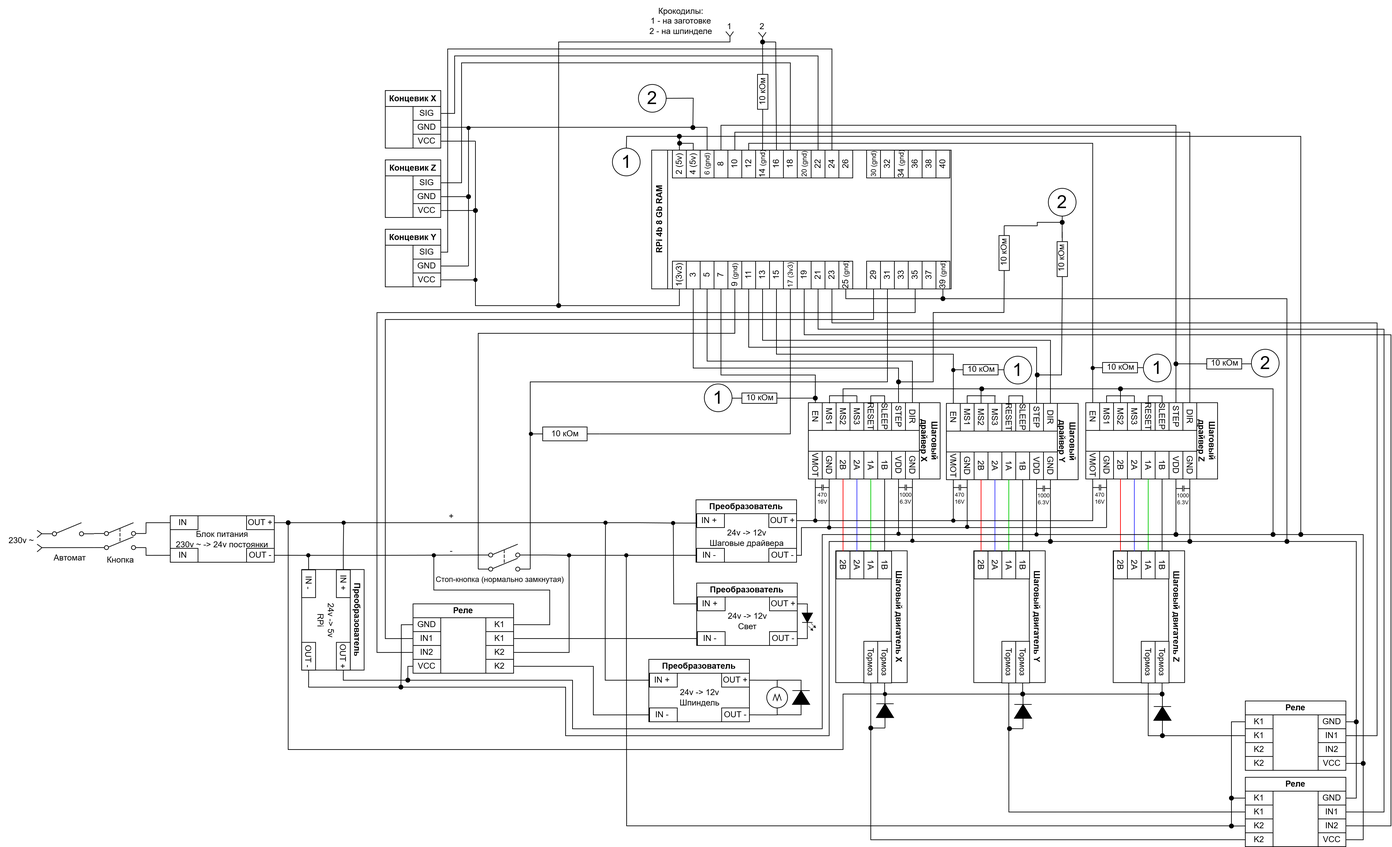
The draw.io diagram электрическая схема.drawio.png in K0Jl0vrat1238/creator-of-electrical-circuit-boards, before a commit. Source tidied: cells renumbered, new cells last; positions are measured from the earlier drawing's top-left corner, leaving out a move shared by most shapes.
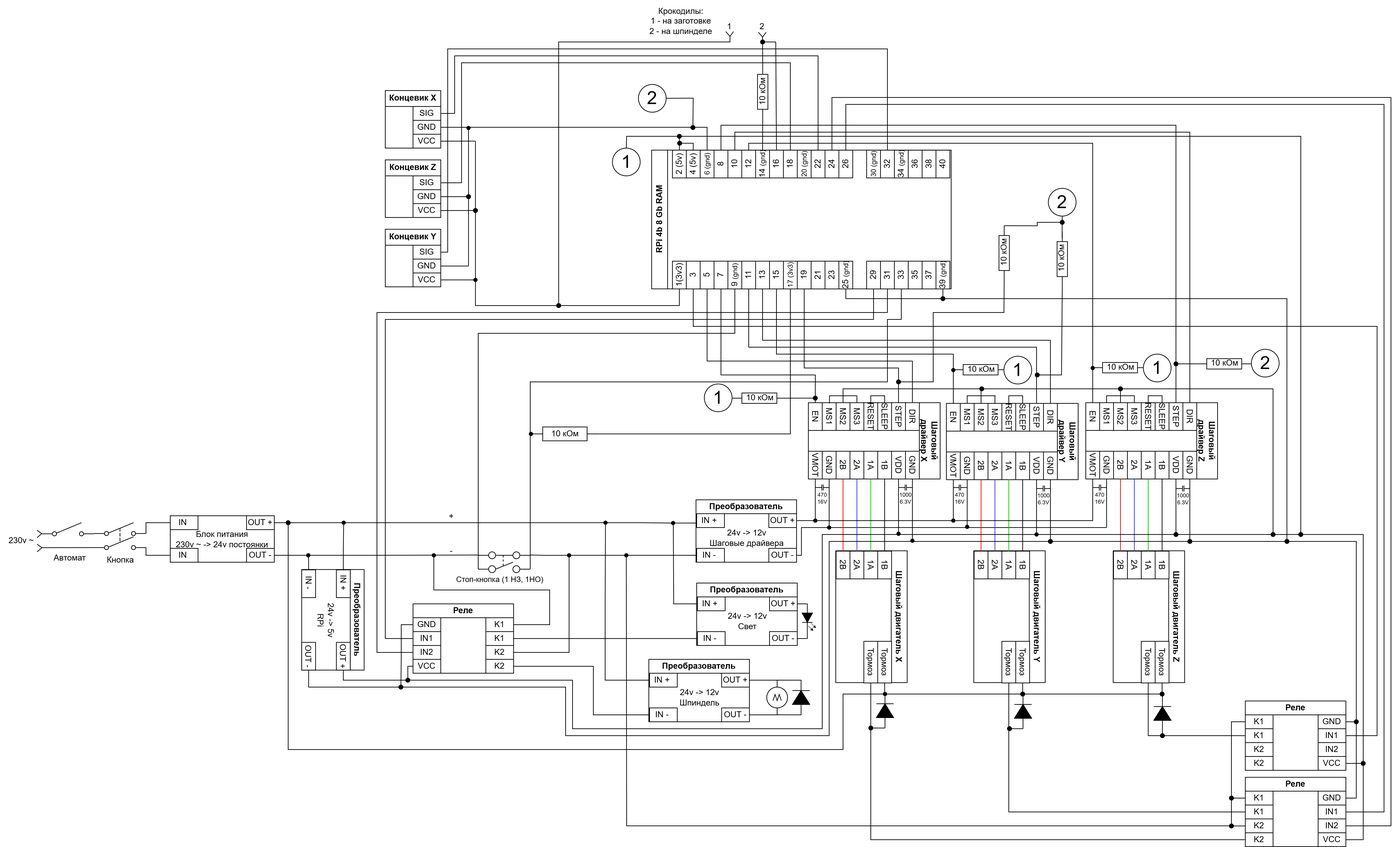
After the change.

Commit message:
New e-stop button

What changed in the source:
```diff
@@ -219,8 +219,10 @@
     <mxCell id="70" value="OUT +" style="rounded=0;whiteSpace=wrap;html=1;rotation=90;direction=south;horizontal=0;" parent="1" vertex="1">
       <mxGeometry x="365" y="733" width="20" height="40" as="geometry" />
     </mxCell>
-    <mxCell id="71" style="edgeStyle=orthogonalEdgeStyle;rounded=0;jettySize=auto;html=1;exitX=0;exitY=0.5;exitDx=0;exitDy=0;endArrow=none;endFill=0;entryX=0.007;entryY=0.4;entryDx=0;entryDy=0;entryPerimeter=0;" parent="1" edge="1" source="72" target="103">
-      <mxGeometry relative="1" as="geometry" />
+    <mxCell id="71" style="edgeStyle=orthogonalEdgeStyle;rounded=0;jettySize=auto;html=1;exitX=0;exitY=0.5;exitDx=0;exitDy=0;endArrow=none;endFill=0;entryX=0.007;entryY=0.4;entryDx=0;entryDy=0;entryPerimeter=0;" parent="1" edge="1" source="72">
+      <mxGeometry relative="1" as="geometry">
+        <mxPoint x="689.5" y="799.6" as="targetPoint" />
+      </mxGeometry>
     </mxCell>
     <mxCell id="72" value="OUT -" style="rounded=0;whiteSpace=wrap;html=1;rotation=90;direction=south;horizontal=0;" parent="1" vertex="1">
       <mxGeometry x="365" y="780" width="20" height="40" as="geometry" />
@@ -330,22 +332,22 @@
         <mxPoint x="970.2" y="753.5" as="targetPoint" />
       </mxGeometry>
     </mxCell>
-    <mxCell id="102" style="html=1;exitX=0;exitY=0.92;exitDx=0;exitDy=0;endArrow=none;endFill=0;rounded=0;entryX=0;entryY=0.5;entryDx=0;entryDy=0;" parent="1" edge="1" source="103" target="19">
+    <mxCell id="102" style="html=1;exitX=0;exitY=0.92;exitDx=0;exitDy=0;endArrow=none;endFill=0;rounded=0;entryX=0;entryY=0.5;entryDx=0;entryDy=0;" parent="1" edge="1" target="19">
       <mxGeometry relative="1" as="geometry">
+        <mxPoint x="689" y="819.9" as="sourcePoint" />
         <Array as="points">
           <mxPoint x="689" y="480" />
           <mxPoint x="1059" y="480" />
         </Array>
       </mxGeometry>
     </mxCell>
-    <mxCell id="103" style="verticalLabelPosition=bottom;shadow=0;dashed=0;align=center;html=1;verticalAlign=top;shape=mxgraph.electrical.electro-mechanical.dpst2;elSwitchState=off;direction=east;" parent="1" vertex="1">
-      <mxGeometry x="689" y="784" width="75" height="39" as="geometry" />
-    </mxCell>
-    <mxCell id="104" style="edgeStyle=orthogonalEdgeStyle;rounded=0;jettySize=auto;html=1;exitX=1;exitY=0.4;exitDx=0;exitDy=0;entryX=0.642;entryY=0.45;entryDx=0;entryDy=0;entryPerimeter=0;endArrow=none;endFill=0;" parent="1" edge="1" source="103" target="93">
-      <mxGeometry relative="1" as="geometry" />
+    <mxCell id="104" style="edgeStyle=orthogonalEdgeStyle;rounded=0;jettySize=auto;html=1;exitX=1;exitY=0.4;exitDx=0;exitDy=0;entryX=0.642;entryY=0.45;entryDx=0;entryDy=0;entryPerimeter=0;endArrow=none;endFill=0;" parent="1" edge="1" target="93">
+      <mxGeometry relative="1" as="geometry">
+        <mxPoint x="764" y="799.6" as="sourcePoint" />
+      </mxGeometry>
     </mxCell>
-    <mxCell id="105" value="Стоп-кнопка (нормально замкнутая)" style="text;html=1;align=center;verticalAlign=middle;strokeColor=none;fillColor=none;fontSize=11;" parent="1" vertex="1">
-      <mxGeometry x="615" y="820" width="210" height="30" as="geometry" />
+    <mxCell id="105" value="Стоп-кнопка (1 НЗ, 1НО)" style="text;html=1;align=center;verticalAlign=middle;strokeColor=none;fillColor=none;fontSize=11;" parent="1" vertex="1">
+      <mxGeometry x="645" y="820" width="150" height="30" as="geometry" />
     </mxCell>
     <mxCell id="106" style="edgeStyle=orthogonalEdgeStyle;html=1;exitX=0;exitY=0.5;exitDx=0;exitDy=0;entryX=0;entryY=0.5;entryDx=0;entryDy=0;endArrow=none;endFill=0;rounded=0;curved=0;" parent="1" edge="1" source="107" target="37">
       <mxGeometry relative="1" as="geometry">
@@ -1153,19 +1155,19 @@
         </Array>
       </mxGeometry>
     </mxCell>
-    <mxCell id="320" style="edgeStyle=orthogonalEdgeStyle;html=1;exitX=1;exitY=0.5;exitDx=0;exitDy=0;entryX=0;entryY=0.5;entryDx=0;entryDy=0;rounded=0;curved=0;endArrow=none;endFill=0;" parent="1" edge="1" source="34" target="308">
+    <mxCell id="320" style="edgeStyle=orthogonalEdgeStyle;html=1;exitX=1;exitY=0.5;exitDx=0;exitDy=0;entryX=0;entryY=0.5;entryDx=0;entryDy=0;rounded=0;curved=0;endArrow=none;endFill=0;" parent="1" edge="1" source="40" target="308">
       <mxGeometry relative="1" as="geometry">
         <Array as="points">
-          <mxPoint x="1199" y="70" />
+          <mxPoint x="1279" y="70" />
           <mxPoint x="645" y="70" />
           <mxPoint x="645" y="363" />
         </Array>
       </mxGeometry>
     </mxCell>
-    <mxCell id="321" style="edgeStyle=orthogonalEdgeStyle;html=1;exitX=0;exitY=0.5;exitDx=0;exitDy=0;entryX=0;entryY=0.5;entryDx=0;entryDy=0;rounded=0;curved=0;endArrow=none;endFill=0;" parent="1" edge="1" source="12" target="131">
+    <mxCell id="321" style="edgeStyle=orthogonalEdgeStyle;html=1;exitX=0;exitY=0.5;exitDx=0;exitDy=0;entryX=0;entryY=0.5;entryDx=0;entryDy=0;rounded=0;curved=0;endArrow=none;endFill=0;" parent="1" edge="1" source="29" target="131">
       <mxGeometry relative="1" as="geometry">
         <Array as="points">
-          <mxPoint x="999" y="530" />
+          <mxPoint x="1159" y="530" />
           <mxPoint x="1295" y="530" />
         </Array>
       </mxGeometry>
@@ -1263,39 +1265,39 @@
     <mxCell id="336" value="&lt;div&gt;Крокодилы:&lt;/div&gt;&lt;div&gt;1 - на заготовке&lt;/div&gt;2 - на шпинделе" style="text;html=1;align=center;verticalAlign=middle;strokeColor=none;fillColor=none;" parent="1" vertex="1">
       <mxGeometry x="926" width="110" height="60" as="geometry" />
     </mxCell>
-    <mxCell id="337" style="edgeStyle=orthogonalEdgeStyle;html=1;exitX=1;exitY=0.5;exitDx=0;exitDy=0;entryX=0;entryY=0.5;entryDx=0;entryDy=0;rounded=0;curved=0;endArrow=none;endFill=0;" parent="1" edge="1" source="119" target="43">
+    <mxCell id="337" style="edgeStyle=orthogonalEdgeStyle;html=1;exitX=1;exitY=0.5;exitDx=0;exitDy=0;entryX=0;entryY=0.5;entryDx=0;entryDy=0;rounded=0;curved=0;endArrow=none;endFill=0;" parent="1" edge="1" source="119" target="39">
       <mxGeometry relative="1" as="geometry">
         <Array as="points">
           <mxPoint x="543" y="940" />
           <mxPoint x="543" y="450" />
-          <mxPoint x="1319" y="450" />
+          <mxPoint x="1279" y="450" />
         </Array>
       </mxGeometry>
     </mxCell>
-    <mxCell id="338" style="edgeStyle=orthogonalEdgeStyle;html=1;exitX=0;exitY=0.5;exitDx=0;exitDy=0;entryX=0;entryY=0.5;entryDx=0;entryDy=0;endArrow=none;endFill=0;rounded=0;curved=0;" parent="1" edge="1" source="251" target="33">
+    <mxCell id="338" style="edgeStyle=orthogonalEdgeStyle;html=1;exitX=0;exitY=0.5;exitDx=0;exitDy=0;entryX=0;entryY=0.5;entryDx=0;entryDy=0;endArrow=none;endFill=0;rounded=0;curved=0;" parent="1" edge="1" source="251" target="12">
       <mxGeometry relative="1" as="geometry">
         <Array as="points">
           <mxPoint x="1985" y="1060" />
-          <mxPoint x="1985" y="465" />
-          <mxPoint x="1199" y="465" />
+          <mxPoint x="1985" y="470" />
+          <mxPoint x="999" y="470" />
         </Array>
       </mxGeometry>
     </mxCell>
-    <mxCell id="339" style="edgeStyle=orthogonalEdgeStyle;html=1;exitX=0;exitY=0.5;exitDx=0;exitDy=0;entryX=0;entryY=0.5;entryDx=0;entryDy=0;endArrow=none;endFill=0;rounded=0;curved=0;" parent="1" edge="1" source="264" target="31">
+    <mxCell id="339" style="edgeStyle=orthogonalEdgeStyle;html=1;exitX=0;exitY=0.5;exitDx=0;exitDy=0;entryX=1;entryY=0.5;entryDx=0;entryDy=0;endArrow=none;endFill=0;rounded=0;curved=0;" parent="1" edge="1" source="264" target="36">
       <mxGeometry relative="1" as="geometry">
         <Array as="points">
           <mxPoint x="1995" y="1170" />
-          <mxPoint x="1995" y="474" />
-          <mxPoint x="1179" y="474" />
+          <mxPoint x="1995" y="150" />
+          <mxPoint x="1219" y="150" />
         </Array>
       </mxGeometry>
     </mxCell>
-    <mxCell id="340" style="edgeStyle=orthogonalEdgeStyle;html=1;exitX=0;exitY=0.5;exitDx=0;exitDy=0;entryX=0;entryY=0.5;entryDx=0;entryDy=0;endArrow=none;endFill=0;rounded=0;curved=0;" parent="1" edge="1" source="266" target="29">
+    <mxCell id="340" style="edgeStyle=orthogonalEdgeStyle;html=1;exitX=0;exitY=0.5;exitDx=0;exitDy=0;entryX=1;entryY=0.5;entryDx=0;entryDy=0;endArrow=none;endFill=0;rounded=0;curved=0;" parent="1" edge="1" source="266" target="34">
       <mxGeometry relative="1" as="geometry">
         <Array as="points">
           <mxPoint x="2005" y="1190" />
-          <mxPoint x="2005" y="482" />
-          <mxPoint x="1159" y="482" />
+          <mxPoint x="2005" y="140" />
+          <mxPoint x="1199" y="140" />
         </Array>
       </mxGeometry>
     </mxCell>
@@ -1314,16 +1316,20 @@
     <mxCell id="345" style="edgeStyle=orthogonalEdgeStyle;html=1;exitX=0;exitY=0.5;exitDx=0;exitDy=0;entryX=1;entryY=0.5;entryDx=0;entryDy=0;entryPerimeter=0;rounded=0;endArrow=none;endFill=0;" parent="1" edge="1" source="27" target="342">
       <mxGeometry relative="1" as="geometry" />
     </mxCell>
-    <mxCell id="346" style="edgeStyle=none;html=1;exitX=0;exitY=0.5;exitDx=0;exitDy=0;entryX=0;entryY=0.5;entryDx=0;entryDy=0;entryPerimeter=0;endArrow=none;endFill=0;rounded=0;curved=0;" parent="1" edge="1" source="39" target="342">
+    <mxCell id="346" style="edgeStyle=none;html=1;exitX=0;exitY=0.5;exitDx=0;exitDy=0;entryX=0;entryY=0.5;entryDx=0;entryDy=0;entryPerimeter=0;endArrow=none;endFill=0;rounded=0;curved=0;" parent="1" edge="1" source="41" target="342">
       <mxGeometry relative="1" as="geometry">
         <Array as="points">
+          <mxPoint x="1299" y="460" />
+          <mxPoint x="1279" y="460" />
           <mxPoint x="1279" y="550" />
           <mxPoint x="764" y="550" />
         </Array>
       </mxGeometry>
     </mxCell>
-    <mxCell id="347" style="edgeStyle=none;html=1;exitX=1;exitY=0.92;exitDx=0;exitDy=0;entryX=0;entryY=0.5;entryDx=0;entryDy=0;entryPerimeter=0;endArrow=none;endFill=0;" parent="1" edge="1" source="103" target="342">
-      <mxGeometry relative="1" as="geometry" />
+    <mxCell id="347" style="edgeStyle=none;html=1;exitX=1;exitY=0.92;exitDx=0;exitDy=0;entryX=0;entryY=0.5;entryDx=0;entryDy=0;entryPerimeter=0;endArrow=none;endFill=0;" parent="1" edge="1" target="342">
+      <mxGeometry relative="1" as="geometry">
+        <mxPoint x="764" y="819.9" as="sourcePoint" />
+      </mxGeometry>
     </mxCell>
     <mxCell id="348" style="edgeStyle=none;orthogonalLoop=1;jettySize=auto;html=1;endArrow=none;endFill=0;startArrow=oval;startFill=1;rounded=0;curved=0;" parent="1" edge="1">
       <mxGeometry relative="1" as="geometry">
@@ -1691,5 +1697,63 @@
         </Array>
       </mxGeometry>
     </mxCell>
+    <mxCell id="421" style="group;" parent="1" vertex="1">
+      <mxGeometry x="689" y="795" width="75" height="30" as="geometry" />
+    </mxCell>
+    <mxCell id="422" style="edgeStyle=none;orthogonalLoop=1;jettySize=auto;html=1;align=left;endArrow=none;endFill=0;" parent="421" edge="1">
+      <mxGeometry relative="1" as="geometry">
+        <mxPoint y="5" as="sourcePoint" />
+        <mxPoint x="20" y="5" as="targetPoint" />
+      </mxGeometry>
+    </mxCell>
+    <mxCell id="423" style="edgeStyle=none;jettySize=auto;html=1;align=left;endArrow=none;endFill=0;" parent="421" edge="1" source="428">
+      <mxGeometry relative="1" as="geometry">
+        <mxPoint x="75" y="5" as="targetPoint" />
+      </mxGeometry>
+    </mxCell>
+    <mxCell id="424" style="edgeStyle=none;orthogonalLoop=1;jettySize=auto;html=1;align=left;endArrow=none;endFill=0;" parent="421" edge="1">
+      <mxGeometry relative="1" as="geometry">
+        <mxPoint x="55" y="25" as="sourcePoint" />
+        <mxPoint x="75" y="25" as="targetPoint" />
+      </mxGeometry>
+    </mxCell>
+    <mxCell id="425" style="edgeStyle=none;orthogonalLoop=1;jettySize=auto;html=1;align=left;endArrow=none;endFill=0;" parent="421" edge="1">
+      <mxGeometry relative="1" as="geometry">
+        <mxPoint y="25" as="sourcePoint" />
+        <mxPoint x="20" y="25" as="targetPoint" />
+      </mxGeometry>
+    </mxCell>
+    <mxCell id="426" style="ellipse;whiteSpace=wrap;html=1;" parent="421" vertex="1">
+      <mxGeometry x="15" width="10" height="10" as="geometry" />
+    </mxCell>
+    <mxCell id="427" style="edgeStyle=none;jettySize=auto;html=1;align=left;endArrow=none;endFill=0;" parent="421" edge="1" target="428">
+      <mxGeometry relative="1" as="geometry">
+        <mxPoint x="55" y="5" as="sourcePoint" />
+      </mxGeometry>
+    </mxCell>
+    <mxCell id="428" style="ellipse;whiteSpace=wrap;html=1;" parent="421" vertex="1">
+      <mxGeometry x="50" width="10" height="10" as="geometry" />
+    </mxCell>
+    <mxCell id="429" style="ellipse;whiteSpace=wrap;html=1;" parent="421" vertex="1">
+      <mxGeometry x="15" y="20" width="10" height="10" as="geometry" />
+    </mxCell>
+    <mxCell id="430" style="ellipse;whiteSpace=wrap;html=1;" parent="421" vertex="1">
+      <mxGeometry x="50" y="20" width="10" height="10" as="geometry" />
+    </mxCell>
+    <mxCell id="431" style="edgeStyle=none;jettySize=auto;html=1;align=left;endArrow=none;endFill=0;exitX=1;exitY=0.5;exitDx=0;exitDy=0;entryX=0;entryY=0.5;entryDx=0;entryDy=0;" parent="421" edge="1" source="426" target="428">
+      <mxGeometry relative="1" as="geometry" />
+    </mxCell>
+    <mxCell id="432" style="edgeStyle=none;orthogonalLoop=1;jettySize=auto;html=1;align=left;endArrow=none;endFill=0;exitX=1;exitY=0.5;exitDx=0;exitDy=0;" parent="421" edge="1">
+      <mxGeometry relative="1" as="geometry">
+        <mxPoint x="25" y="25" as="sourcePoint" />
+        <mxPoint x="50" y="15" as="targetPoint" />
+      </mxGeometry>
+    </mxCell>
+    <mxCell id="433" style="edgeStyle=none;orthogonalLoop=1;jettySize=auto;html=1;align=left;endArrow=none;endFill=0;dashed=1;" parent="421" edge="1">
+      <mxGeometry relative="1" as="geometry">
+        <mxPoint x="36" y="5" as="sourcePoint" />
+        <mxPoint x="36" y="20" as="targetPoint" />
+      </mxGeometry>
+    </mxCell>
   </root>
 </mxGraphModel>
```
